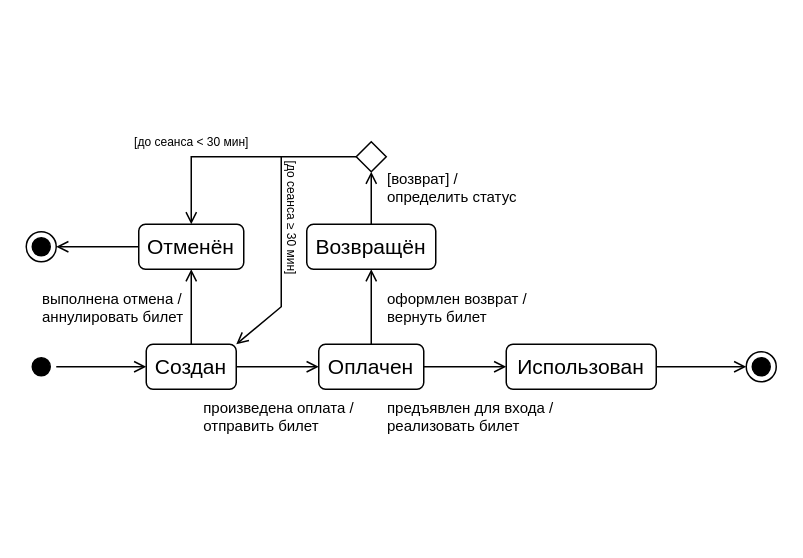
Earlier version of the draw.io diagram Диаграмма_состояний.drawio (ANDaniell/-design-practice). Source tidied: cells renumbered, new cells numbered last; positions are measured from the earlier drawing's top-left corner, leaving out a move shared by most shapes. Both pictures are drawn from the tidied source at 150%, with x=0, y=0 at pixel (26, 126).
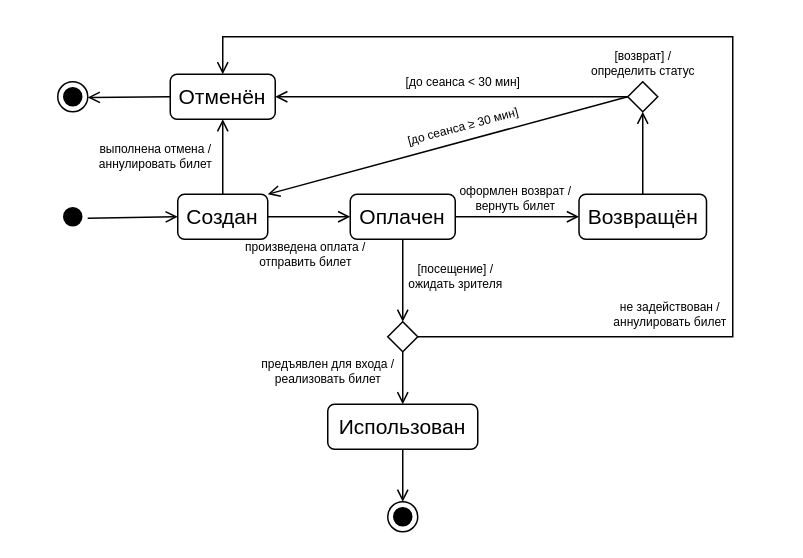
Above is the later version.

Change to the diagram source:
```diff
@@
+    <mxCell id="27" value="[до сеанса &amp;lt; 30 мин]" style="text;html=1;align=center;verticalAlign=middle;strokeColor=none;fillColor=none;fontSize=8;rotation=0;" parent="1" vertex="1">
+      <mxGeometry x="241" y="-40" width="100" height="20" as="geometry" />
+    </mxCell>
     <mxCell id="2" style="ellipse;html=1;shape=startState;fillColor=#000000;strokeColor=#000000;direction=north;" parent="1" vertex="1">
-      <mxGeometry y="150" width="20" height="20" as="geometry" />
+      <mxGeometry x="21" y="50" width="20" height="20" as="geometry" />
     </mxCell>
     <mxCell id="3" value="Создан" style="rounded=1;whiteSpace=wrap;html=1;fontSize=14;" parent="1" vertex="1">
-      <mxGeometry x="80" y="145" width="60" height="30" as="geometry" />
+      <mxGeometry x="101" y="45" width="60" height="30" as="geometry" />
     </mxCell>
     <mxCell id="4" value="Оплачен" style="rounded=1;whiteSpace=wrap;html=1;fontSize=14;" parent="1" vertex="1">
-      <mxGeometry x="195" y="145" width="70" height="30" as="geometry" />
+      <mxGeometry x="216" y="45" width="70" height="30" as="geometry" />
     </mxCell>
     <mxCell id="5" value="Отменён" style="rounded=1;whiteSpace=wrap;html=1;fontSize=14;" parent="1" vertex="1">
-      <mxGeometry x="75" y="65" width="70" height="30" as="geometry" />
+      <mxGeometry x="96" y="-35" width="70" height="30" as="geometry" />
     </mxCell>
     <mxCell id="6" value="Использован" style="rounded=1;whiteSpace=wrap;html=1;fontSize=14;" parent="1" vertex="1">
-      <mxGeometry x="320" y="145" width="100" height="30" as="geometry" />
+      <mxGeometry x="201" y="185" width="100" height="30" as="geometry" />
     </mxCell>
     <mxCell id="7" value="Возвращён" style="rounded=1;whiteSpace=wrap;html=1;fontSize=14;" parent="1" vertex="1">
-      <mxGeometry x="187" y="65" width="86" height="30" as="geometry" />
+      <mxGeometry x="368.5" y="45" width="85" height="30" as="geometry" />
     </mxCell>
@@
-    <mxCell id="9" style="endArrow=open;html=1;rounded=0;endFill=0;exitX=1;exitY=0.5;exitDx=0;exitDy=0;entryX=0;entryY=0.5;entryDx=0;entryDy=0;" parent="1" edge="1" source="4" target="6">
+    <mxCell id="9" style="endArrow=open;html=1;rounded=0;endFill=0;exitX=0.5;exitY=1;exitDx=0;exitDy=0;entryX=0.5;entryY=0;entryDx=0;entryDy=0;" parent="1" edge="1" source="4" target="28">
       <mxGeometry relative="1" as="geometry" />
     </mxCell>
@@
     <mxCell id="13" style="rhombus;whiteSpace=wrap;html=1;strokeColor=default;fontSize=9;" parent="1" vertex="1">
-      <mxGeometry x="220" y="10" width="20" height="20" as="geometry" />
+      <mxGeometry x="401" y="-30" width="20" height="20" as="geometry" />
     </mxCell>
     <mxCell id="14" style="ellipse;html=1;shape=endState;fillColor=#000000;strokeColor=#000000;" parent="1" vertex="1">
-      <mxGeometry x="480" y="150" width="20" height="20" as="geometry" />
+      <mxGeometry x="241" y="250" width="20" height="20" as="geometry" />
     </mxCell>
-    <mxCell id="15" style="endArrow=open;html=1;rounded=0;endFill=0;exitX=1;exitY=0.5;exitDx=0;exitDy=0;" parent="1" edge="1" source="6" target="14">
+    <mxCell id="15" style="endArrow=open;html=1;rounded=0;endFill=0;exitX=0.5;exitY=1;exitDx=0;exitDy=0;" parent="1" edge="1" source="6" target="14">
       <mxGeometry relative="1" as="geometry" />
     </mxCell>
-    <mxCell id="16" style="endArrow=open;html=1;rounded=0;endFill=0;entryX=0.5;entryY=0;entryDx=0;entryDy=0;exitX=0;exitY=0.5;exitDx=0;exitDy=0;" parent="1" edge="1" source="13" target="5">
-      <mxGeometry relative="1" as="geometry">
-        <Array as="points">
-          <mxPoint x="110" y="20" />
-        </Array>
-      </mxGeometry>
+    <mxCell id="16" style="endArrow=open;html=1;rounded=0;endFill=0;entryX=1;entryY=0.5;entryDx=0;entryDy=0;exitX=0;exitY=0.5;exitDx=0;exitDy=0;" parent="1" edge="1" source="13" target="5">
+      <mxGeometry relative="1" as="geometry" />
     </mxCell>
-    <mxCell id="17" style="endArrow=open;html=1;rounded=0;endFill=0;entryX=1;entryY=0;entryDx=0;entryDy=0;" parent="1" edge="1" target="3">
-      <mxGeometry relative="1" as="geometry">
-        <mxPoint x="170" y="20" as="sourcePoint" />
-        <Array as="points">
-          <mxPoint x="170" y="120" />
-        </Array>
-      </mxGeometry>
+    <mxCell id="17" style="endArrow=open;html=1;rounded=0;endFill=0;entryX=1;entryY=0;entryDx=0;entryDy=0;exitX=0;exitY=0.5;exitDx=0;exitDy=0;" parent="1" edge="1" source="13" target="3">
+      <mxGeometry relative="1" as="geometry" />
     </mxCell>
-    <mxCell id="18" style="endArrow=open;html=1;rounded=0;endFill=0;entryX=0.5;entryY=1;entryDx=0;entryDy=0;exitX=0.5;exitY=0;exitDx=0;exitDy=0;" parent="1" edge="1" source="4" target="7">
+    <mxCell id="18" style="endArrow=open;html=1;rounded=0;endFill=0;entryX=0;entryY=0.5;entryDx=0;entryDy=0;exitX=1;exitY=0.5;exitDx=0;exitDy=0;" parent="1" edge="1" source="4" target="7">
       <mxGeometry relative="1" as="geometry" />
     </mxCell>
     <mxCell id="19" style="ellipse;html=1;shape=endState;fillColor=#000000;strokeColor=#000000;" parent="1" vertex="1">
-      <mxGeometry y="70" width="20" height="20" as="geometry" />
+      <mxGeometry x="21" y="-30" width="20" height="20" as="geometry" />
     </mxCell>
@@
+    <mxCell id="26" value="[до сеанса ≥ 30 мин]" style="text;html=1;align=center;verticalAlign=middle;strokeColor=none;fillColor=none;fontSize=8;rotation=345;" parent="1" vertex="1">
+      <mxGeometry x="241" y="-10" width="100" height="20" as="geometry" />
+    </mxCell>
+    <mxCell id="28" style="rhombus;whiteSpace=wrap;html=1;strokeColor=default;fontSize=9;" parent="1" vertex="1">
+      <mxGeometry x="241" y="130" width="20" height="20" as="geometry" />
+    </mxCell>
+    <mxCell id="29" style="endArrow=open;html=1;rounded=0;endFill=0;entryX=0.5;entryY=0;entryDx=0;entryDy=0;exitX=0.5;exitY=1;exitDx=0;exitDy=0;" parent="1" edge="1" source="28" target="6">
+      <mxGeometry relative="1" as="geometry" />
+    </mxCell>
+    <mxCell id="30" style="endArrow=open;html=1;rounded=0;exitX=1;exitY=0.5;exitDx=0;exitDy=0;endFill=0;entryX=0.5;entryY=0;entryDx=0;entryDy=0;" parent="1" edge="1" source="28" target="5">
+      <mxGeometry relative="1" as="geometry">
+        <Array as="points">
+          <mxPoint x="471" y="140" />
+          <mxPoint x="471" y="-60" />
+          <mxPoint x="131" y="-60" />
+        </Array>
+      </mxGeometry>
+    </mxCell>
+    <mxCell id="25" value="выполнена отмена /&lt;br&gt;аннулировать билет" style="text;html=1;align=center;verticalAlign=middle;strokeColor=none;fillColor=none;fontSize=8;rotation=0;" parent="1" vertex="1">
+      <mxGeometry x="36" y="5" width="100" height="30" as="geometry" />
+    </mxCell>
+    <mxCell id="24" value="[возврат] /&lt;br&gt;определить статус" style="text;html=1;align=center;verticalAlign=middle;strokeColor=none;fillColor=none;fontSize=8;rotation=0;" parent="1" vertex="1">
+      <mxGeometry x="366" y="-57.5" width="90" height="30" as="geometry" />
+    </mxCell>
+    <mxCell id="31" value="[посещение] /&lt;br&gt;&lt;div&gt;ожидать зрителя&lt;/div&gt;" style="text;html=1;align=center;verticalAlign=middle;strokeColor=none;fillColor=none;fontSize=8;rotation=0;" parent="1" vertex="1">
+      <mxGeometry x="241" y="85" width="90" height="30" as="geometry" />
+    </mxCell>
-    <mxCell id="21" value="произведена оплата /&#10;отправить билет&#10;" style="text;strokeColor=none;fillColor=none;align=left;verticalAlign=top;spacingLeft=4;spacingRight=4;overflow=hidden;fontSize=10;" parent="1" vertex="1">
-      <mxGeometry x="112.5" y="175" width="115" height="35" as="geometry" />
+    <mxCell id="21" value="произведена оплата /&lt;br&gt;отправить билет" style="text;html=1;align=center;verticalAlign=middle;strokeColor=none;fillColor=none;fontSize=8;rotation=0;" parent="1" vertex="1">
+      <mxGeometry x="136" y="70" width="100" height="30" as="geometry" />
     </mxCell>
+    <mxCell id="23" value="оформлен возврат /&lt;br&gt;вернуть билет" style="text;html=1;align=center;verticalAlign=middle;strokeColor=none;fillColor=none;fontSize=8;rotation=0;" parent="1" vertex="1">
+      <mxGeometry x="276" y="32.5" width="100" height="30" as="geometry" />
+    </mxCell>
-    <mxCell id="22" value="предъявлен для входа /&#10;реализовать билет&#10;" style="text;strokeColor=none;fillColor=none;align=left;verticalAlign=top;spacingLeft=4;spacingRight=4;overflow=hidden;fontSize=10;" parent="1" vertex="1">
-      <mxGeometry x="235" y="175" width="125" height="35" as="geometry" />
+    <mxCell id="22" value="предъявлен для входа /&lt;br&gt;реализовать билет" style="text;html=1;align=center;verticalAlign=middle;strokeColor=none;fillColor=none;fontSize=8;rotation=0;" parent="1" vertex="1">
+      <mxGeometry x="146" y="147.5" width="110" height="30" as="geometry" />
     </mxCell>
-    <mxCell id="23" value="оформлен возврат /&#10;вернуть билет" style="text;strokeColor=none;fillColor=none;align=left;verticalAlign=top;spacingLeft=4;spacingRight=4;overflow=hidden;fontSize=10;" parent="1" vertex="1">
-      <mxGeometry x="235" y="102.5" width="105" height="35" as="geometry" />
-    </mxCell>
-    <mxCell id="24" value="[возврат] /&#10;определить статус" style="text;strokeColor=none;fillColor=none;align=left;verticalAlign=top;spacingLeft=4;spacingRight=4;overflow=hidden;fontSize=10;" parent="1" vertex="1">
-      <mxGeometry x="235" y="22.5" width="100" height="35" as="geometry" />
-    </mxCell>
-    <mxCell id="25" value="выполнена отмена /&#10;аннулировать билет" style="text;strokeColor=none;fillColor=none;align=left;verticalAlign=top;spacingLeft=4;spacingRight=4;overflow=hidden;fontSize=10;" parent="1" vertex="1">
-      <mxGeometry x="5" y="102.5" width="105" height="35" as="geometry" />
-    </mxCell>
-    <mxCell id="26" value="[до сеанса ≥ 30 мин]" style="text;html=1;align=center;verticalAlign=middle;strokeColor=none;fillColor=none;fontSize=8;rotation=90;" parent="1" vertex="1">
-      <mxGeometry x="127.5" y="50" width="100" height="20" as="geometry" />
-    </mxCell>
-    <mxCell id="27" value="[до сеанса &amp;lt; 30 мин]" style="text;html=1;align=center;verticalAlign=middle;strokeColor=none;fillColor=none;fontSize=8;rotation=0;" parent="1" vertex="1">
-      <mxGeometry x="60" width="100" height="20" as="geometry" />
-    </mxCell>
+    <mxCell id="32" value="не задействован /&lt;br&gt;аннулировать билет" style="text;html=1;align=center;verticalAlign=middle;strokeColor=none;fillColor=none;fontSize=8;rotation=0;" parent="1" vertex="1">
+      <mxGeometry x="378.5" y="110" width="100" height="30" as="geometry" />
+    </mxCell>
```
